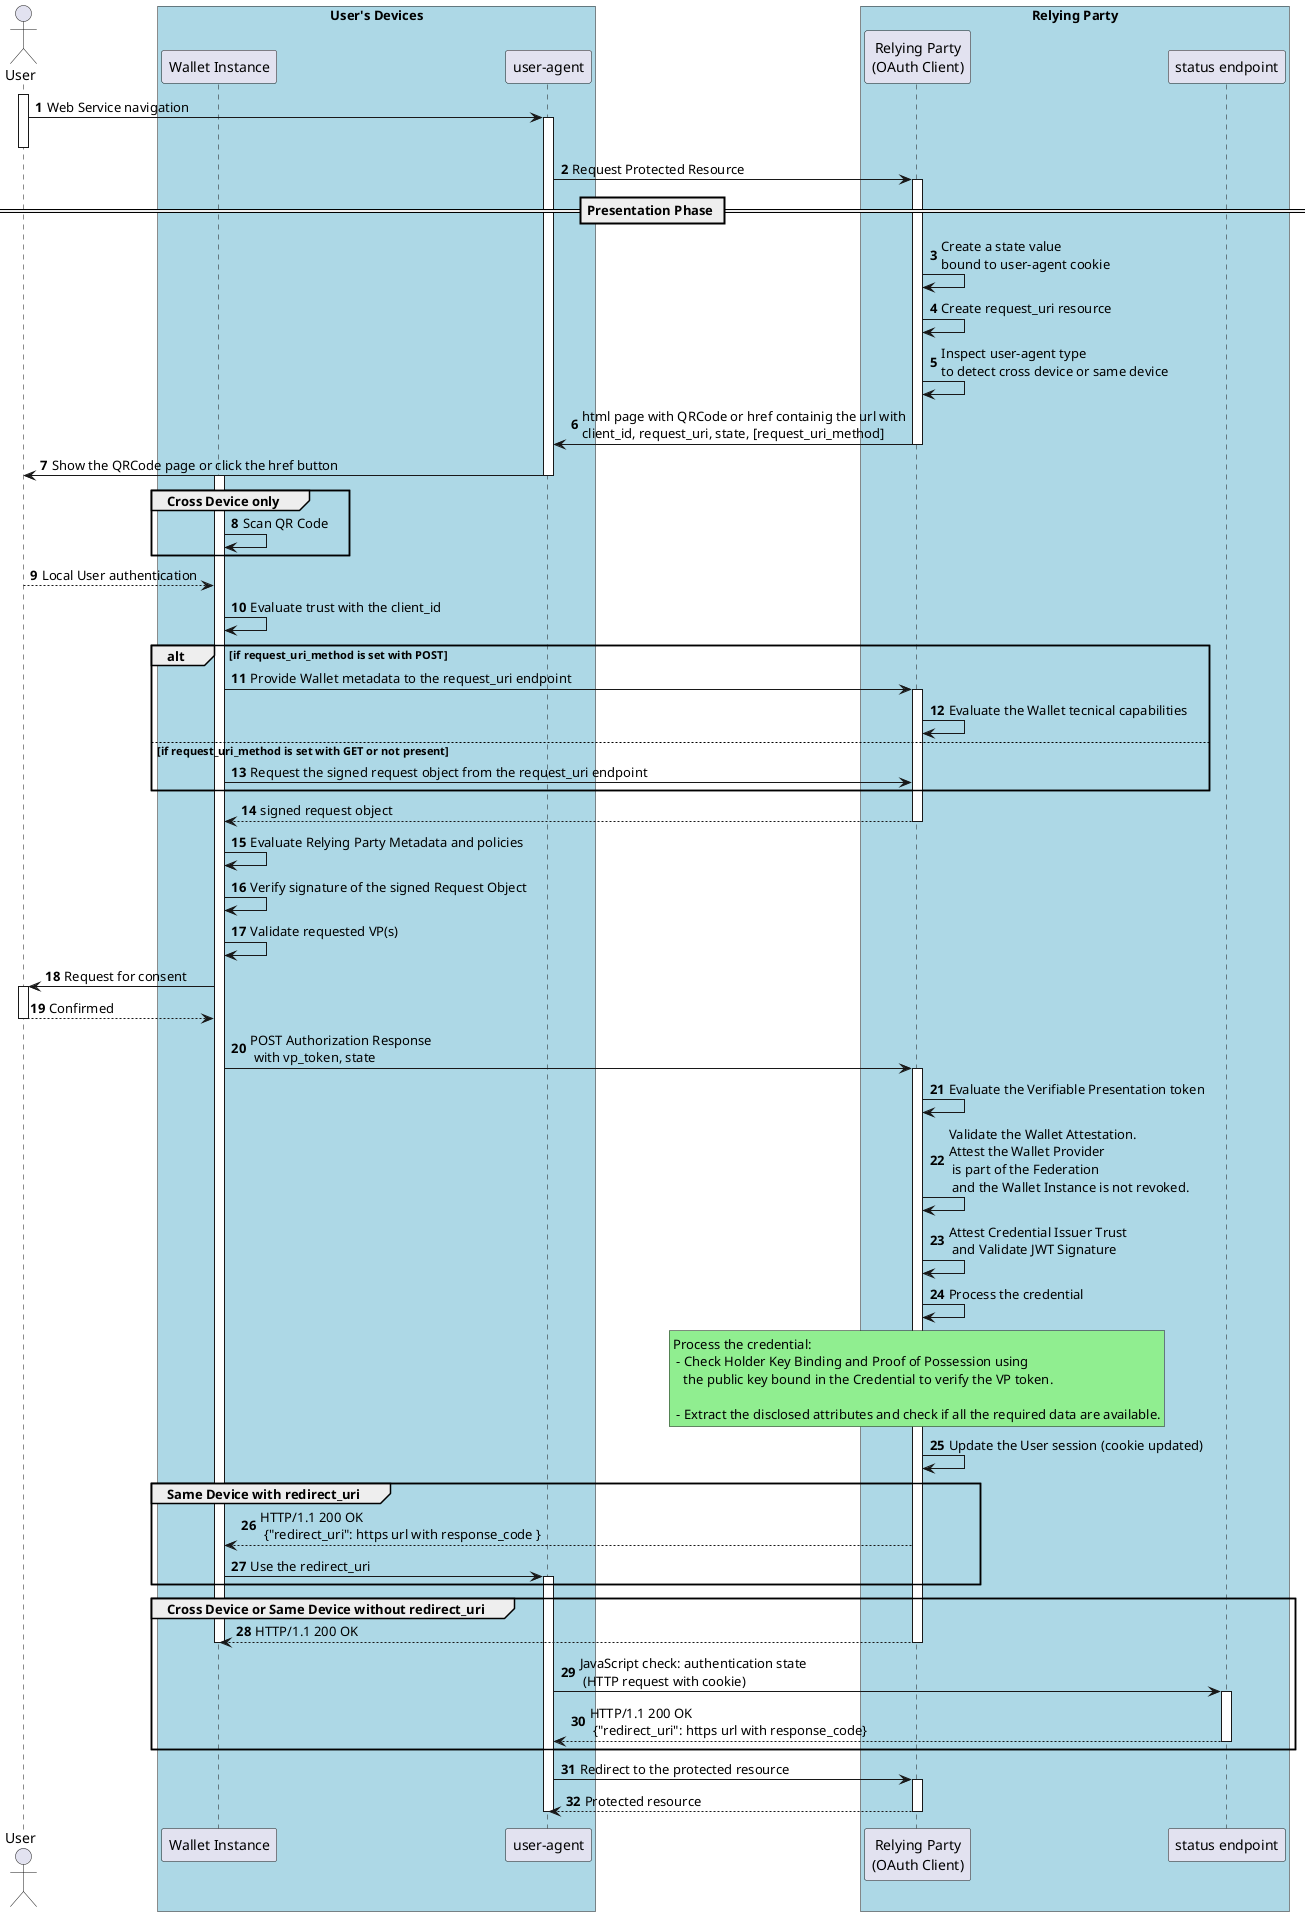
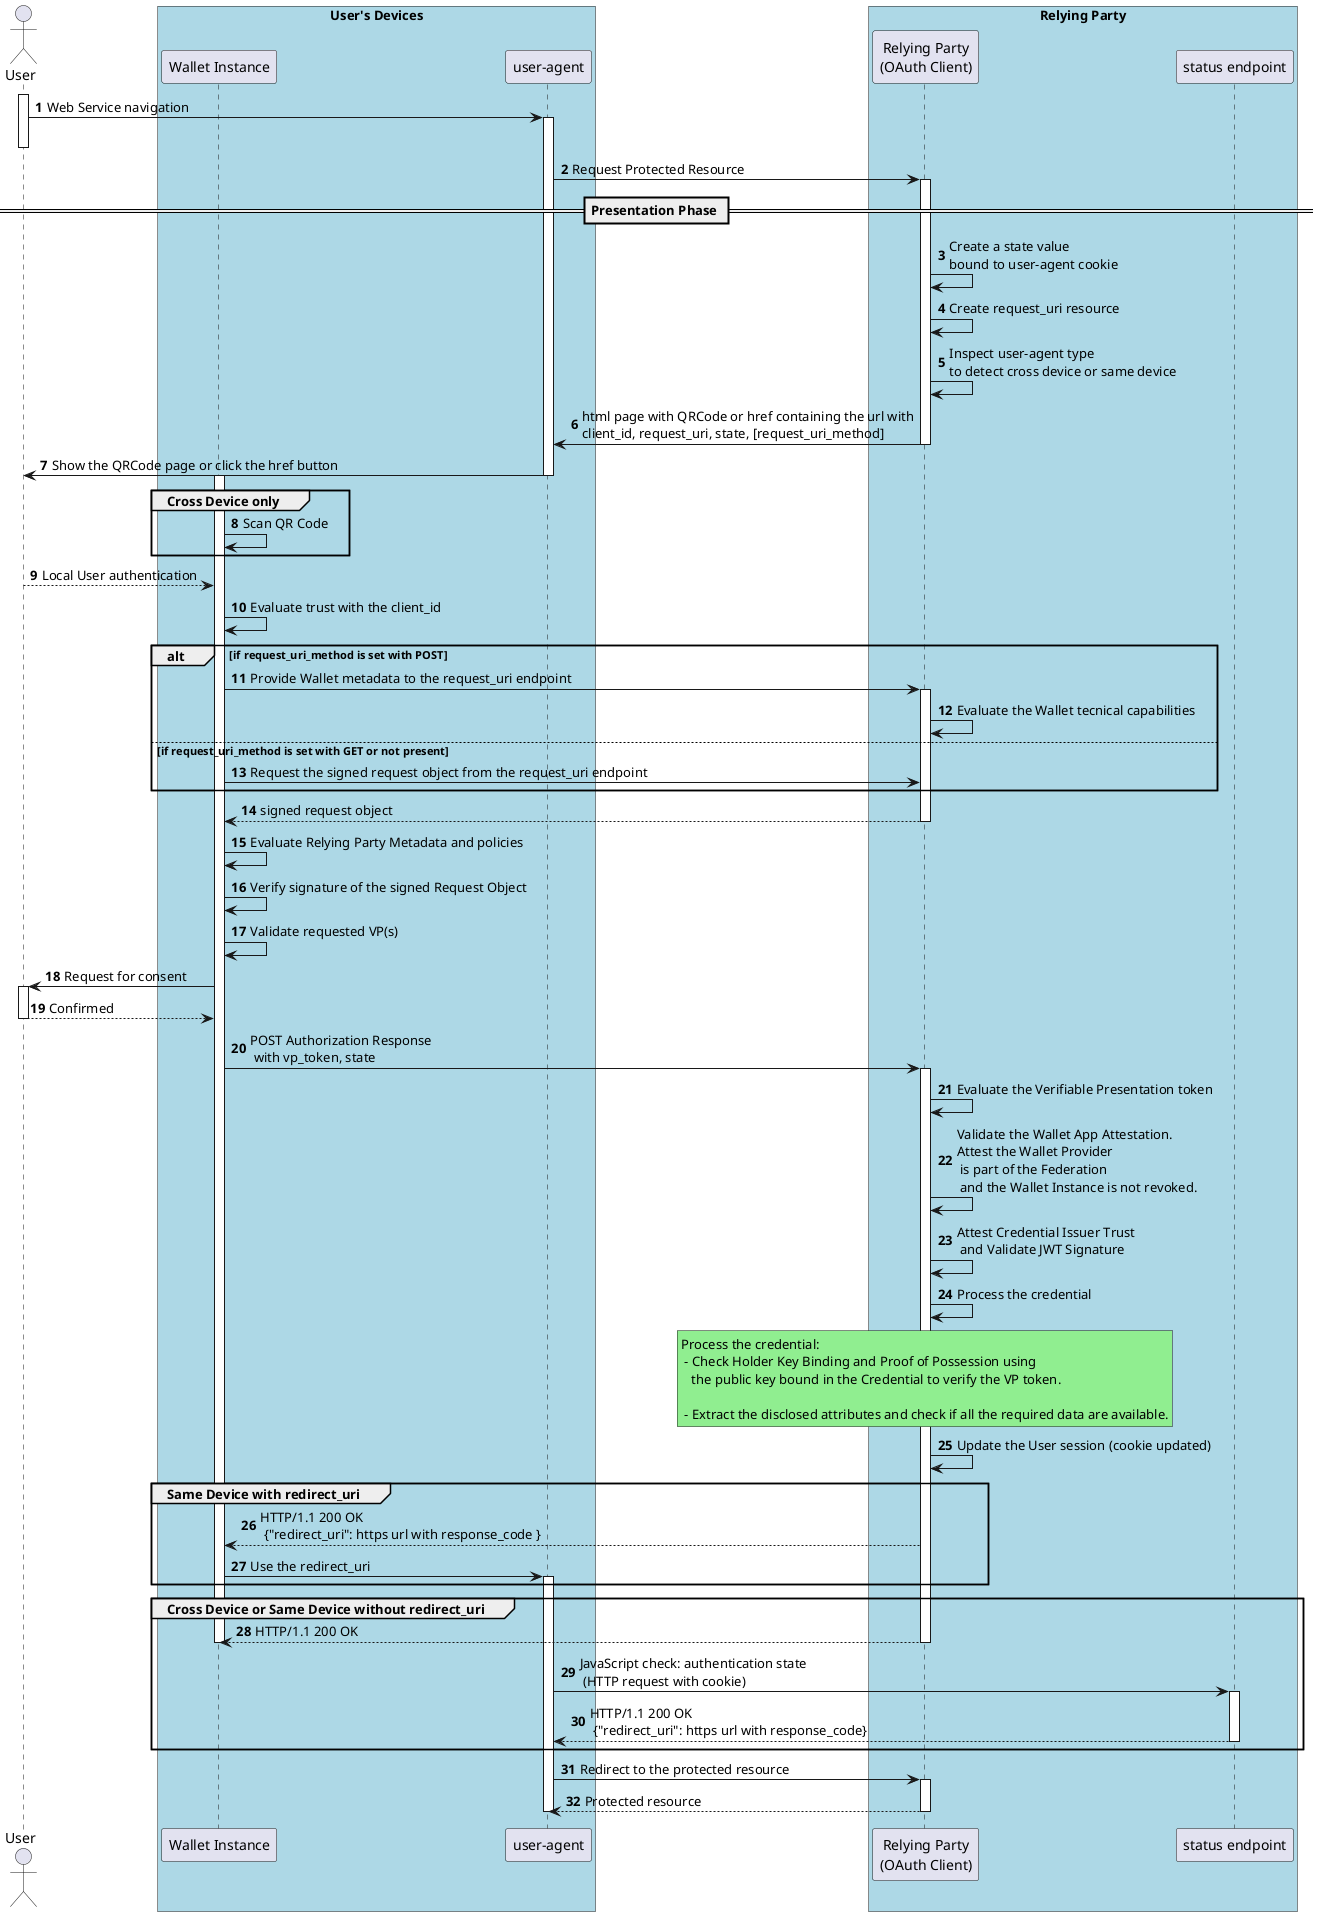
@startuml Low-Level Remote Protocol Flow
autonumber


Actor "User" as u

box "User's Devices" #LightBlue
participant "Wallet Instance" as w
participant "user-agent" as ua
end box

box "Relying Party" #LightBlue
participant "Relying Party\n(OAuth Client)" as ve
participant "status endpoint" as se
end box



activate u
u -> ua: Web Service navigation
activate ua
deactivate u
ua -> ve: Request Protected Resource

== Presentation Phase ==
activate ve
ve -> ve: Create a state value\nbound to user-agent cookie
ve -> ve: Create request_uri resource
ve -> ve: Inspect user-agent type\nto detect cross device or same device
- ve -> ua: html page with QRCode or href containig the url with\nclient_id, request_uri, state, [request_uri_method]
+ ve -> ua: html page with QRCode or href containing the url with\nclient_id, request_uri, state, [request_uri_method]
deactivate ve


ua -> u: Show the QRCode page or click the href button
deactivate ua
activate w

group Cross Device only
w -> w: Scan QR Code
end

u --> w: Local User authentication

w -> w: Evaluate trust with the client_id

alt if request_uri_method is set with POST
    w -> ve: Provide Wallet metadata to the request_uri endpoint
    activate ve
    ve -> ve: Evaluate the Wallet tecnical capabilities
else if request_uri_method is set with GET or not present
   w -> ve: Request the signed request object from the request_uri endpoint
end

ve --> w: signed request object
deactivate ve


w -> w: Evaluate Relying Party Metadata and policies
w -> w: Verify signature of the signed Request Object
w -> w: Validate requested VP(s)
w -> u: Request for consent
activate u
u --> w: Confirmed
deactivate u
w -> ve: POST Authorization Response \n with vp_token, state
activate ve
ve -> ve: Evaluate the Verifiable Presentation token
- ve -> ve: Validate the Wallet Attestation. \nAttest the Wallet Provider\n is part of the Federation\n and the Wallet Instance is not revoked.
+ ve -> ve: Validate the Wallet App Attestation. \nAttest the Wallet Provider\n is part of the Federation\n and the Wallet Instance is not revoked.
ve -> ve: Attest Credential Issuer Trust\n and Validate JWT Signature
ve -> ve: Process the credential

rnote over ve #LIGHTGREEN
Process the credential:
 - Check Holder Key Binding and Proof of Possession using
   the public key bound in the Credential to verify the VP token.

 - Extract the disclosed attributes and check if all the required data are available.
endrnote

ve -> ve: Update the User session (cookie updated)


group Same Device with redirect_uri
ve --> w: HTTP/1.1 200 OK\n {"redirect_uri": https url with response_code }
w -> ua: Use the redirect_uri
activate ua
end

group Cross Device or Same Device without redirect_uri
ve --> w: HTTP/1.1 200 OK
deactivate w
deactivate ve
ua -> se:  JavaScript check: authentication state \n (HTTP request with cookie)
activate se
se --> ua: HTTP/1.1 200 OK\n {"redirect_uri": https url with response_code}

deactivate se

end


ua -> ve: Redirect to the protected resource
activate ve
ve --> ua: Protected resource

deactivate ua
deactivate ve
@enduml